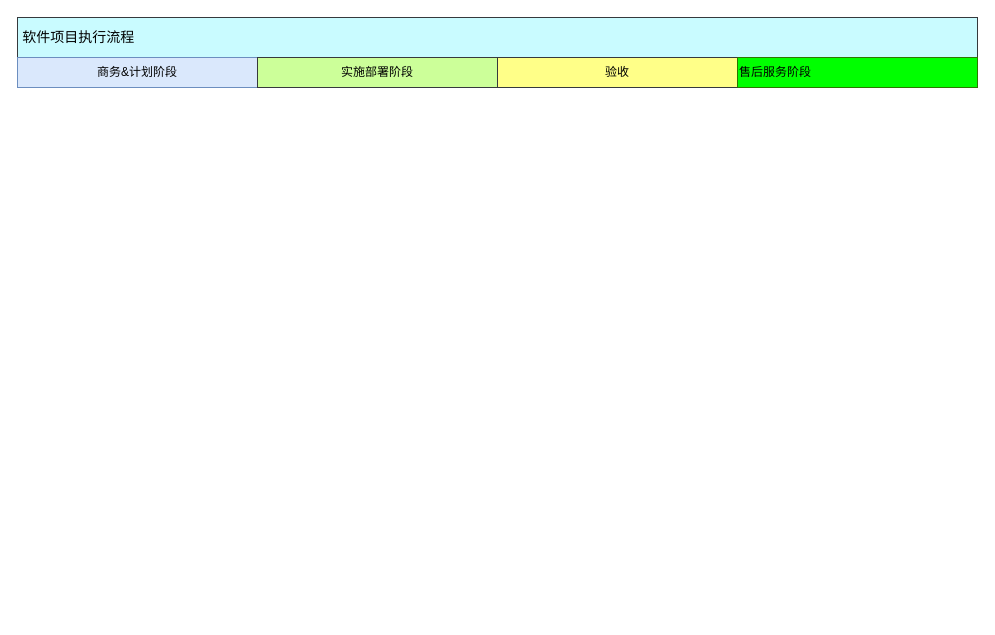
Before: 未命名绘图.drawio in pingxinerlun/Demo, a draw.io diagram. Source tidied: cells renumbered, new cells numbered last; positions are measured from the earlier drawing's top-left corner, leaving out a move shared by most shapes. Both pictures are drawn from the tidied source at 100%, with x=0, y=0 at pixel (17, 17).
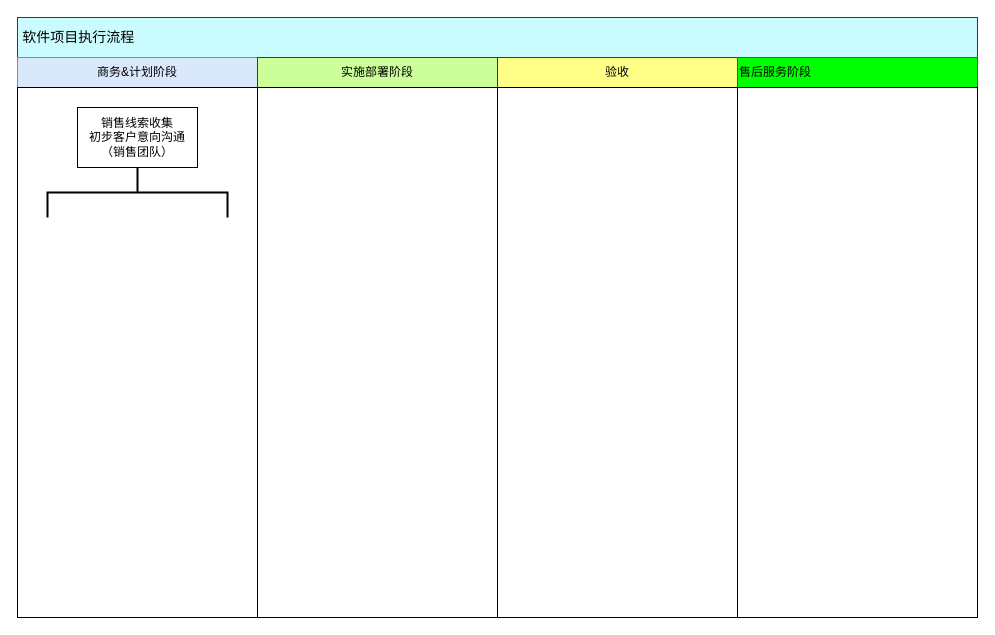
The same diagram, later.

Diff of the diagram source:
```diff
@@
 <mxGraphModel>
   <root>
     <mxCell id="0" />
     <mxCell id="1" parent="0" />
     <mxCell id="2" value="&amp;nbsp;&lt;font style=&quot;font-size: 14px&quot;&gt;软件项目执行流程&lt;/font&gt;" style="rounded=0;whiteSpace=wrap;html=1;strokeColor=#36393d;fillColor=#C9FBFF;align=left;" parent="1" vertex="1">
       <mxGeometry width="960" height="40" as="geometry" />
     </mxCell>
     <mxCell id="3" value="商务&amp;amp;计划阶段" style="rounded=0;whiteSpace=wrap;html=1;fillColor=#dae8fc;align=center;strokeColor=#6c8ebf;" parent="1" vertex="1">
       <mxGeometry y="40" width="240" height="30" as="geometry" />
     </mxCell>
     <mxCell id="4" value="实施部署阶段" style="rounded=0;whiteSpace=wrap;html=1;align=center;strokeColor=#36393d;fillColor=#CCFF99;" parent="1" vertex="1">
       <mxGeometry x="240" y="40" width="240" height="30" as="geometry" />
     </mxCell>
     <mxCell id="5" value="验收" style="rounded=0;whiteSpace=wrap;html=1;fillColor=#ffff88;align=center;strokeColor=#36393d;" parent="1" vertex="1">
       <mxGeometry x="480" y="40" width="240" height="30" as="geometry" />
     </mxCell>
     <mxCell id="6" value="&lt;font color=&quot;#000000&quot;&gt;售后服务阶段&lt;/font&gt;" style="rounded=0;whiteSpace=wrap;html=1;align=left;strokeColor=#2D7600;fontColor=#ffffff;fillColor=#00FF00;" parent="1" vertex="1">
       <mxGeometry x="720" y="40" width="240" height="30" as="geometry" />
     </mxCell>
+    <mxCell id="7" style="rounded=0;whiteSpace=wrap;html=1;align=left;fillColor=#FFFFFF;" parent="1" vertex="1">
+      <mxGeometry y="70" width="240" height="530" as="geometry" />
+    </mxCell>
+    <mxCell id="8" style="rounded=0;whiteSpace=wrap;html=1;fillColor=#FFFFFF;align=left;" parent="1" vertex="1">
+      <mxGeometry x="240" y="70" width="240" height="530" as="geometry" />
+    </mxCell>
+    <mxCell id="9" style="rounded=0;whiteSpace=wrap;html=1;fillColor=#FFFFFF;align=left;" parent="1" vertex="1">
+      <mxGeometry x="480" y="70" width="240" height="530" as="geometry" />
+    </mxCell>
+    <mxCell id="10" style="rounded=0;whiteSpace=wrap;html=1;fillColor=#FFFFFF;align=left;" parent="1" vertex="1">
+      <mxGeometry x="720" y="70" width="240" height="530" as="geometry" />
+    </mxCell>
+    <mxCell id="11" value="销售线索收集&lt;br&gt;初步客户意向沟通&lt;br&gt;（销售团队）" style="rounded=0;whiteSpace=wrap;html=1;fillColor=#FFFFFF;align=center;" parent="1" vertex="1">
+      <mxGeometry x="60" y="90" width="120" height="60" as="geometry" />
+    </mxCell>
+    <mxCell id="12" style="strokeWidth=2;html=1;shape=mxgraph.flowchart.annotation_2;align=left;labelPosition=right;fillColor=#FFFFFF;direction=south;" parent="1" vertex="1">
+      <mxGeometry x="30" y="150" width="180" height="50" as="geometry" />
+    </mxCell>
   </root>
 </mxGraphModel>
```
